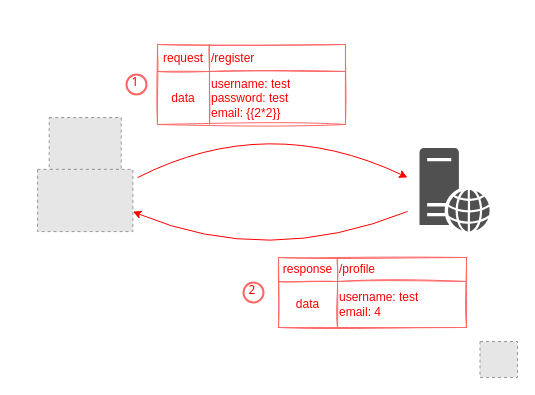
qeeqbox/client-side-template-injection keeps this draw.io diagram as content/client-side-template-injection.drawio. Above is the earlier version. Source tidied: cells renumbered, new cells numbered last; positions are measured from the earlier drawing's top-left corner, leaving out a move shared by most shapes. Both pictures are drawn from the tidied source at 100%, with x=0, y=0 at pixel (17, 17). Pictures stored in the file or linked from it are replaced by grey dashed boxes.
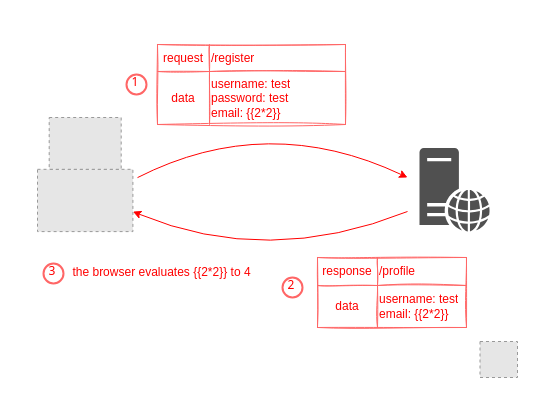
After the change.

Change to the diagram source:
```diff
@@
     <mxCell id="10" value="2" style="ellipse;whiteSpace=wrap;html=1;strokeWidth=2;fontFamily=Tahoma;spacingBottom=4;spacingRight=2;strokeColor=#FF6666;fontColor=#FF0000;" parent="1" vertex="1">
-      <mxGeometry x="226" y="265" width="20" height="20" as="geometry" />
+      <mxGeometry x="265" y="260" width="20" height="20" as="geometry" />
     </mxCell>
@@
     <mxCell id="19" style="shape=table;html=1;whiteSpace=wrap;startSize=0;childLayout=tableLayout;align=left;rounded=0;shadow=0;sketch=1;arcSize=0;strokeColor=#FF6666;fontColor=#FF0000;" parent="1" vertex="1">
-      <mxGeometry x="261" y="240" width="188" height="70" as="geometry" />
+      <mxGeometry x="300" y="240" width="149" height="70" as="geometry" />
     </mxCell>
     <mxCell id="20" style="shape=tableRow;horizontal=0;startSize=0;swimlaneHead=0;swimlaneBody=0;top=0;left=0;bottom=0;right=0;fillColor=none;" parent="19" vertex="1">
-      <mxGeometry width="188" height="24" as="geometry" />
+      <mxGeometry width="149" height="28" as="geometry" />
     </mxCell>
     <mxCell id="21" value="response" style="shape=partialRectangle;html=1;whiteSpace=wrap;fillColor=none;top=0;left=0;bottom=0;right=0;overflow=hidden;fontColor=#FF0000;" parent="20" vertex="1">
-      <mxGeometry width="59" height="24" as="geometry" />
+      <mxGeometry width="60" height="28" as="geometry" />
     </mxCell>
     <mxCell id="22" value="&lt;span style=&quot;text-align: center&quot;&gt;&lt;font style=&quot;color: rgb(255, 0, 0);&quot;&gt;/profile&lt;/font&gt;&lt;/span&gt;" style="shape=partialRectangle;html=1;whiteSpace=wrap;fillColor=none;top=0;left=0;bottom=0;right=0;overflow=hidden;align=left;" parent="20" vertex="1">
-      <mxGeometry x="59" width="129" height="24" as="geometry" />
+      <mxGeometry x="60" width="89" height="28" as="geometry" />
     </mxCell>
     <mxCell id="23" style="shape=tableRow;horizontal=0;startSize=0;swimlaneHead=0;swimlaneBody=0;top=0;left=0;bottom=0;right=0;fillColor=none;" parent="19" vertex="1">
-      <mxGeometry y="24" width="188" height="46" as="geometry" />
+      <mxGeometry y="28" width="149" height="42" as="geometry" />
     </mxCell>
     <mxCell id="24" value="data" style="shape=partialRectangle;html=1;whiteSpace=wrap;fillColor=none;top=0;left=0;bottom=0;right=0;overflow=hidden;fontColor=#FF0000;" parent="23" vertex="1">
-      <mxGeometry width="59" height="46" as="geometry" />
+      <mxGeometry width="60" height="42" as="geometry" />
     </mxCell>
-    <mxCell id="25" value="&lt;font color=&quot;#ff0000&quot;&gt;&lt;span style=&quot;color: rgb(255, 0, 0);&quot;&gt;username: test&lt;/span&gt;&lt;br&gt;&lt;/font&gt;&lt;div&gt;&lt;font color=&quot;#ff0000&quot;&gt;email: 4&lt;/font&gt;&lt;/div&gt;" style="shape=partialRectangle;html=1;whiteSpace=wrap;fillColor=none;top=0;left=0;bottom=0;right=0;overflow=hidden;align=left;" parent="23" vertex="1">
-      <mxGeometry x="59" width="129" height="46" as="geometry" />
+    <mxCell id="25" value="&lt;font color=&quot;#ff0000&quot;&gt;&lt;span style=&quot;color: rgb(255, 0, 0);&quot;&gt;username: test&lt;/span&gt;&lt;br&gt;&lt;/font&gt;&lt;div&gt;&lt;font color=&quot;#ff0000&quot;&gt;email:&amp;nbsp;&lt;/font&gt;&lt;span style=&quot;color: rgb(255, 0, 0); background-color: transparent;&quot;&gt;{{2*2}}&lt;/span&gt;&lt;/div&gt;" style="shape=partialRectangle;html=1;whiteSpace=wrap;fillColor=none;top=0;left=0;bottom=0;right=0;overflow=hidden;align=left;" parent="23" vertex="1">
+      <mxGeometry x="60" width="89" height="42" as="geometry" />
     </mxCell>
+    <mxCell id="26" value="&lt;div&gt;&lt;font color=&quot;#ff0000&quot;&gt;the browser evaluates {{2*2}} to 4&lt;/font&gt;&lt;/div&gt;" style="text;html=1;align=center;verticalAlign=middle;strokeColor=none;fillColor=none;" parent="1" vertex="1">
+      <mxGeometry x="44" y="240" width="200" height="30" as="geometry" />
+    </mxCell>
+    <mxCell id="27" value="3" style="ellipse;whiteSpace=wrap;html=1;strokeWidth=2;fontFamily=Tahoma;spacingBottom=4;spacingRight=2;strokeColor=#FF6666;fontColor=#FF0000;" parent="1" vertex="1">
+      <mxGeometry x="26" y="246" width="20" height="20" as="geometry" />
+    </mxCell>
```
